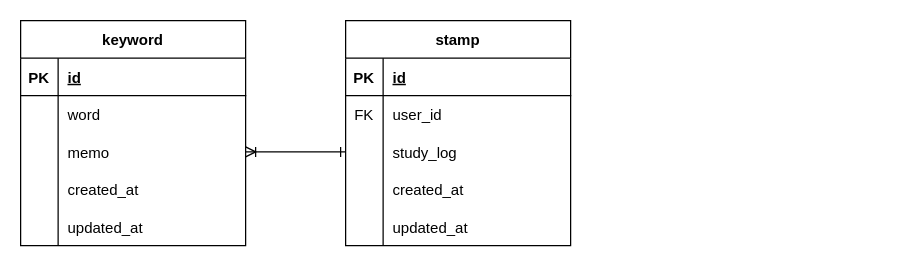
The draw.io diagram page "withoutUser" (2 of 2) of for_TS_Express_bigenner_projects.drawio in RiSEblackbird/language-memo, before the edit. Source tidied: cells renumbered, new cells numbered last; positions are measured from the earlier drawing's top-left corner, leaving out a move shared by most shapes. Both pictures are drawn from the tidied source at 125%, with x=0, y=0 at pixel (20, 20).
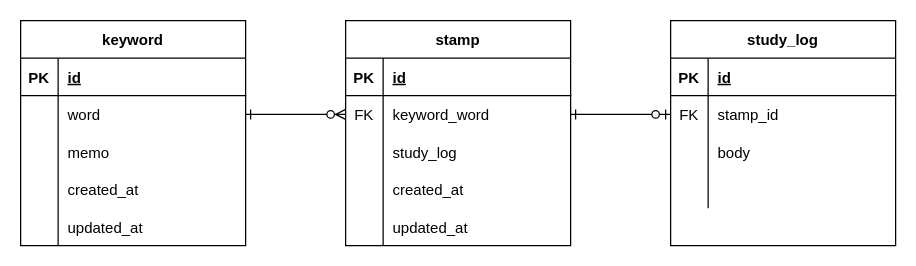
Above is the later version.

Unchanged cells that the change refers to:
```xml
<mxCell id="3" value="keyword" style="shape=table;startSize=30;childLayout=tableLayout;rowLines=0;fontStyle=1;align=center;" parent="1" vertex="1">
  <mxGeometry width="180" height="180" as="geometry" />
</mxCell>
<mxCell id="7" style="shape=partialRectangle;fillColor=none;top=0;left=0;bottom=0;right=0;points=[[0,0.5],[1,0.5]];portConstraint=eastwest;" parent="3" vertex="1">
  <mxGeometry y="60" width="180" height="30" as="geometry" />
</mxCell>
<mxCell id="23" style="shape=partialRectangle;fillColor=none;top=0;left=0;bottom=0;right=0;points=[[0,0.5],[1,0.5]];portConstraint=eastwest;" parent="19" vertex="1">
  <mxGeometry y="60" width="180" height="30" as="geometry" />
</mxCell>
<mxCell id="26" style="shape=partialRectangle;fillColor=none;top=0;left=0;bottom=0;right=0;points=[[0,0.5],[1,0.5]];portConstraint=eastwest;" parent="19" vertex="1">
  <mxGeometry y="90" width="180" height="30" as="geometry" />
</mxCell>
```

Diff of the diagram source:
```diff
@@
-    <mxCell id="2" style="edgeStyle=orthogonalEdgeStyle;rounded=0;jettySize=auto;html=1;entryX=0;entryY=0.5;entryDx=0;entryDy=0;startArrow=ERoneToMany;startFill=0;endArrow=ERone;endFill=0;" parent="1" edge="1" source="3" target="26">
+    <mxCell id="2" style="edgeStyle=orthogonalEdgeStyle;rounded=0;jettySize=auto;html=1;entryX=0;entryY=0.5;entryDx=0;entryDy=0;startArrow=ERone;startFill=0;endArrow=ERzeroToMany;endFill=1;exitX=1;exitY=0.5;exitDx=0;exitDy=0;" parent="1" edge="1" source="7" target="23">
       <mxGeometry relative="1" as="geometry">
         <Array as="points">
-          <mxPoint x="240" y="105" />
-          <mxPoint x="240" y="105" />
+          <mxPoint x="220" y="75" />
+          <mxPoint x="220" y="75" />
         </Array>
       </mxGeometry>
     </mxCell>
@@
-    <mxCell id="25" value="user_id" style="shape=partialRectangle;fillColor=none;top=0;left=0;bottom=0;right=0;align=left;spacingLeft=6;overflow=hidden;" parent="23" vertex="1">
+    <mxCell id="25" value="keyword_word" style="shape=partialRectangle;fillColor=none;top=0;left=0;bottom=0;right=0;align=left;spacingLeft=6;overflow=hidden;" parent="23" vertex="1">
       <mxGeometry x="30" width="150" height="30" as="geometry" />
     </mxCell>
@@
+    <mxCell id="35" style="edgeStyle=orthogonalEdgeStyle;rounded=0;jettySize=auto;html=1;entryX=1;entryY=0.5;entryDx=0;entryDy=0;startArrow=ERzeroToOne;startFill=1;endArrow=ERone;endFill=0;exitX=0;exitY=0.5;exitDx=0;exitDy=0;" parent="1" edge="1" source="40" target="23">
+      <mxGeometry relative="1" as="geometry" />
+    </mxCell>
+    <mxCell id="36" value="study_log" style="shape=table;startSize=30;childLayout=tableLayout;rowLines=0;fontStyle=1;align=center;" parent="1" vertex="1">
+      <mxGeometry x="520" width="180" height="180" as="geometry" />
+    </mxCell>
+    <mxCell id="37" style="shape=partialRectangle;fillColor=none;top=0;left=0;bottom=1;right=0;" parent="36" vertex="1">
+      <mxGeometry y="30" width="180" height="30" as="geometry" />
+    </mxCell>
+    <mxCell id="38" value="PK" style="shape=partialRectangle;fillColor=none;top=0;left=0;bottom=0;right=0;fontStyle=1;overflow=hidden;" parent="37" vertex="1">
+      <mxGeometry width="30" height="30" as="geometry" />
+    </mxCell>
+    <mxCell id="39" value="id" style="shape=partialRectangle;fillColor=none;top=0;left=0;bottom=0;right=0;align=left;spacingLeft=6;fontStyle=5;overflow=hidden;" parent="37" vertex="1">
+      <mxGeometry x="30" width="150" height="30" as="geometry" />
+    </mxCell>
+    <mxCell id="40" style="shape=partialRectangle;fillColor=none;top=0;left=0;bottom=0;right=0;points=[[0,0.5],[1,0.5]];portConstraint=eastwest;" parent="36" vertex="1">
+      <mxGeometry y="60" width="180" height="30" as="geometry" />
+    </mxCell>
+    <mxCell id="41" value="FK" style="shape=partialRectangle;fillColor=none;top=0;left=0;bottom=0;right=0;overflow=hidden;" parent="40" vertex="1">
+      <mxGeometry width="30" height="30" as="geometry" />
+    </mxCell>
+    <mxCell id="42" value="stamp_id" style="shape=partialRectangle;fillColor=none;top=0;left=0;bottom=0;right=0;align=left;spacingLeft=6;overflow=hidden;" parent="40" vertex="1">
+      <mxGeometry x="30" width="150" height="30" as="geometry" />
+    </mxCell>
+    <mxCell id="43" style="shape=partialRectangle;fillColor=none;top=0;left=0;bottom=0;right=0;" parent="36" vertex="1">
+      <mxGeometry y="90" width="180" height="30" as="geometry" />
+    </mxCell>
+    <mxCell id="44" style="shape=partialRectangle;fillColor=none;top=0;left=0;bottom=0;right=0;overflow=hidden;" parent="43" vertex="1">
+      <mxGeometry width="30" height="30" as="geometry" />
+    </mxCell>
+    <mxCell id="45" value="body" style="shape=partialRectangle;fillColor=none;top=0;left=0;bottom=0;right=0;align=left;spacingLeft=6;overflow=hidden;" parent="43" vertex="1">
+      <mxGeometry x="30" width="150" height="30" as="geometry" />
+    </mxCell>
+    <mxCell id="46" style="shape=partialRectangle;fillColor=none;top=0;left=0;bottom=0;right=0;" parent="36" vertex="1">
+      <mxGeometry y="120" width="180" height="30" as="geometry" />
+    </mxCell>
+    <mxCell id="47" style="shape=partialRectangle;fillColor=none;top=0;left=0;bottom=0;right=0;overflow=hidden;" parent="46" vertex="1">
+      <mxGeometry width="30" height="30" as="geometry" />
+    </mxCell>
+    <mxCell id="48" style="shape=partialRectangle;fillColor=none;top=0;left=0;bottom=0;right=0;align=left;spacingLeft=6;overflow=hidden;" parent="46" vertex="1">
+      <mxGeometry x="30" width="150" height="30" as="geometry" />
+    </mxCell>
```
